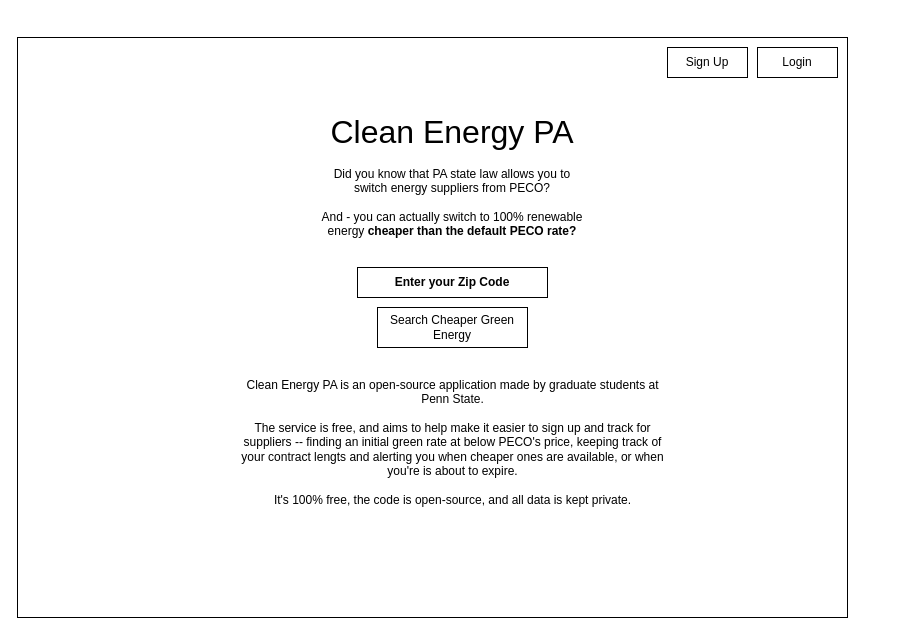
The draw.io diagram page "Landing Page" (1 of 8) of documentation/diagrams/Wireframes.drawio in PSUCapstone2023-Group1/Clean-Energy-PA, before the edit. Source tidied: cells renumbered, new cells numbered last; positions are measured from the earlier drawing's top-left corner, leaving out a move shared by most shapes. Both pictures are drawn from the tidied source at 100%, with x=0, y=0 at pixel (17, 37).
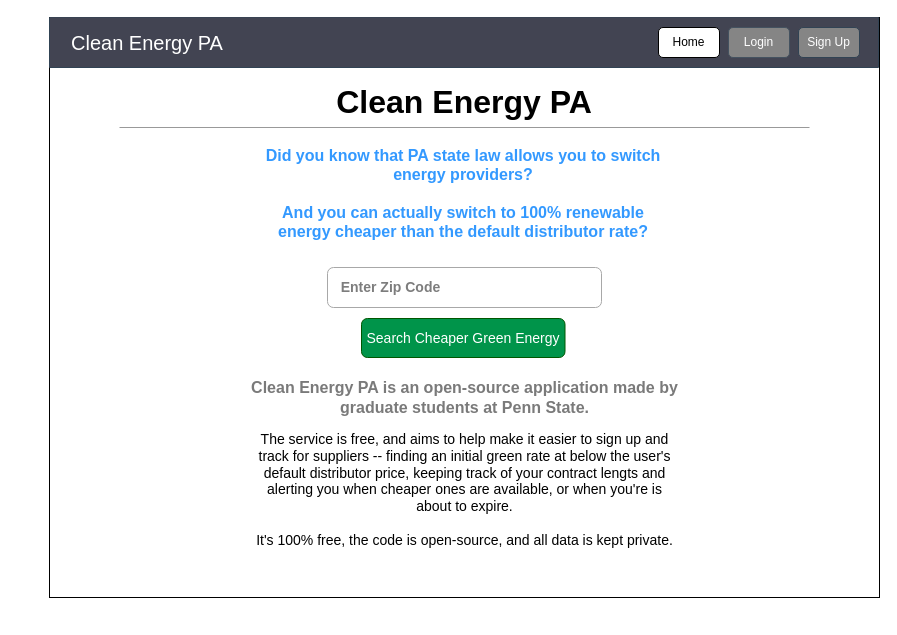
After the change.

Change to the diagram source:
```diff
@@
 <mxGraphModel>
   <root>
     <mxCell id="0" />
     <mxCell id="1" parent="0" />
+    <mxCell id="10" style="group;fillColor=none;fillStyle=hatch;" parent="1" vertex="1">
+      <mxGeometry x="32" y="-20" width="830" height="580" as="geometry" />
+    </mxCell>
-    <mxCell id="2" style="rounded=0;whiteSpace=wrap;html=1;" parent="1" vertex="1">
+    <mxCell id="2" style="rounded=0;whiteSpace=wrap;html=1;strokeColor=default;shadow=0;" parent="10" vertex="1">
       <mxGeometry width="830" height="580" as="geometry" />
     </mxCell>
-    <mxCell id="3" value="Enter your Zip Code" style="rounded=0;whiteSpace=wrap;html=1;fontStyle=1;" parent="1" vertex="1">
-      <mxGeometry x="340" y="230" width="190" height="30" as="geometry" />
+    <mxCell id="3" value="&lt;font style=&quot;font-size: 14px;&quot; color=&quot;#7d7d7d&quot;&gt;&amp;nbsp; &amp;nbsp;Enter Zip Code&lt;/font&gt;" style="rounded=1;whiteSpace=wrap;html=1;fontStyle=1;strokeColor=#A8A8A8;align=left;" parent="10" vertex="1">
+      <mxGeometry x="278" y="250" width="274" height="40" as="geometry" />
     </mxCell>
-    <mxCell id="4" value="Search Cheaper Green Energy" style="rounded=0;whiteSpace=wrap;html=1;" parent="1" vertex="1">
-      <mxGeometry x="360" y="270" width="150" height="40" as="geometry" />
+    <mxCell id="4" value="&lt;font style=&quot;font-size: 14px;&quot;&gt;Search Cheaper Green Energy&lt;/font&gt;" style="rounded=1;whiteSpace=wrap;html=1;fillColor=#00944A;strokeColor=#005700;fontColor=#ffffff;" parent="10" vertex="1">
+      <mxGeometry x="312" y="301" width="203.5" height="39" as="geometry" />
     </mxCell>
-    <mxCell id="5" value="&lt;font style=&quot;font-size: 32px;&quot;&gt;Clean Energy PA&lt;/font&gt;" style="text;strokeColor=none;align=center;fillColor=none;html=1;verticalAlign=middle;whiteSpace=wrap;rounded=0;" parent="1" vertex="1">
-      <mxGeometry x="115" y="80" width="640" height="30" as="geometry" />
+    <mxCell id="5" value="&lt;font style=&quot;font-size: 32px;&quot;&gt;Clean Energy PA&lt;/font&gt;" style="text;strokeColor=none;align=center;fillColor=none;html=1;verticalAlign=middle;whiteSpace=wrap;rounded=0;fontStyle=1;" parent="10" vertex="1">
+      <mxGeometry x="95" y="70" width="640" height="30" as="geometry" />
     </mxCell>
-    <mxCell id="6" value="Did you know that PA state law allows you to switch energy suppliers from PECO?&lt;br&gt;&lt;br&gt;And - you can actually switch to 100% renewable energy&amp;nbsp;&lt;b style=&quot;border-color: var(--border-color);&quot;&gt;cheaper&lt;/b&gt;&amp;nbsp;&lt;b style=&quot;border-color: var(--border-color);&quot;&gt;than the default PECO rate?&lt;/b&gt;" style="text;strokeColor=none;align=center;fillColor=none;html=1;verticalAlign=middle;whiteSpace=wrap;rounded=0;" parent="1" vertex="1">
-      <mxGeometry x="300" y="150" width="270" height="30" as="geometry" />
+    <mxCell id="6" value="&lt;font style=&quot;font-size: 16px;&quot;&gt;Did you know that PA state law allows you to switch energy providers?&lt;br style=&quot;&quot;&gt;&lt;br style=&quot;&quot;&gt;And you can actually switch to 100% renewable energy&amp;nbsp;&lt;span style=&quot;border-color: var(--border-color);&quot;&gt;cheaper&lt;/span&gt;&amp;nbsp;&lt;span style=&quot;border-color: var(--border-color);&quot;&gt;than the default distributor rate?&lt;/span&gt;&lt;/font&gt;" style="text;strokeColor=none;align=center;fillColor=none;html=1;verticalAlign=middle;whiteSpace=wrap;rounded=0;fontColor=#3399FF;fontStyle=1;fontSize=14;" parent="10" vertex="1">
+      <mxGeometry x="212" y="121" width="404" height="110" as="geometry" />
     </mxCell>
-    <mxCell id="7" value="Clean Energy PA is an open-source application made by graduate students at Penn State.&lt;br&gt;&lt;br&gt;The service is free, and aims to help make it easier to sign up and track for suppliers -- finding an initial green rate at below PECO's price, keeping track of your contract lengts and alerting you when cheaper ones are available, or when you're is about to expire.&lt;br&gt;&lt;br&gt;It's 100% free, the code is open-source, and all data is kept private." style="text;strokeColor=none;align=center;fillColor=none;html=1;verticalAlign=middle;whiteSpace=wrap;rounded=0;" parent="1" vertex="1">
-      <mxGeometry x="217.5" y="400" width="435" height="10" as="geometry" />
+    <mxCell id="7" value="&lt;b&gt;&lt;font color=&quot;#7a7a7a&quot; style=&quot;font-size: 16px;&quot;&gt;Clean Energy PA is an open-source application made by graduate students at Penn State.&lt;/font&gt;&lt;/b&gt;&lt;br&gt;&lt;br&gt;&lt;font style=&quot;font-size: 14px;&quot;&gt;The service is free, and aims to help make it easier to sign up and track for suppliers -- finding an initial green rate at below the user's default distributor price, keeping track of your contract lengts and alerting you when cheaper ones are available, or when you're is about to expire.&lt;br&gt;&lt;br&gt;It's 100% free, the code is open-source, and all data is kept private.&lt;/font&gt;" style="text;strokeColor=none;align=center;fillColor=none;html=1;verticalAlign=middle;whiteSpace=wrap;rounded=0;" parent="10" vertex="1">
+      <mxGeometry x="197.5" y="361" width="435" height="170" as="geometry" />
     </mxCell>
+    <mxCell id="11" style="swimlane;startSize=0;strokeWidth=1;fontSize=26;fillColor=none;swimlaneFillColor=#424452;fontColor=#ffffff;strokeColor=#314354;" parent="10" vertex="1">
+      <mxGeometry width="829" height="50" as="geometry" />
+    </mxCell>
+    <mxCell id="9" value="Home" style="rounded=1;whiteSpace=wrap;html=1;" parent="11" vertex="1">
+      <mxGeometry x="609" y="10" width="61" height="30" as="geometry" />
+    </mxCell>
-    <mxCell id="8" value="Login" style="rounded=0;whiteSpace=wrap;html=1;" parent="1" vertex="1">
-      <mxGeometry x="740" y="10" width="80" height="30" as="geometry" />
+    <mxCell id="8" value="Login" style="rounded=1;whiteSpace=wrap;html=1;fillColor=#858585;strokeColor=#445260;gradientColor=none;fontColor=#FFFFFF;" parent="11" vertex="1">
+      <mxGeometry x="679" y="10" width="61" height="30" as="geometry" />
     </mxCell>
-    <mxCell id="9" value="Sign Up" style="rounded=0;whiteSpace=wrap;html=1;" parent="1" vertex="1">
-      <mxGeometry x="650" y="10" width="80" height="30" as="geometry" />
-    </mxCell>
+    <mxCell id="12" value="Sign Up" style="rounded=1;whiteSpace=wrap;html=1;fillColor=#858585;fontColor=#ffffff;strokeColor=#314354;" parent="11" vertex="1">
+      <mxGeometry x="749" y="10" width="61" height="30" as="geometry" />
+    </mxCell>
+    <mxCell id="13" value="&lt;font style=&quot;font-size: 20px;&quot;&gt;Clean Energy PA&lt;/font&gt;" style="text;strokeColor=none;align=left;fillColor=none;html=1;verticalAlign=middle;whiteSpace=wrap;rounded=0;fontColor=#FFFFFF;fontSize=20;" parent="11" vertex="1">
+      <mxGeometry x="20" y="10" width="300" height="30" as="geometry" />
+    </mxCell>
+    <mxCell id="14" style="verticalLabelPosition=bottom;shadow=0;dashed=0;align=center;html=1;verticalAlign=top;strokeWidth=1;shape=mxgraph.mockup.markup.line;strokeColor=#999999;rounded=1;fontSize=20;fontColor=#FFFFFF;fillColor=#CCCCCC;gradientColor=none;" parent="10" vertex="1">
+      <mxGeometry x="70" y="100" width="690" height="20" as="geometry" />
+    </mxCell>
   </root>
 </mxGraphModel>
```
